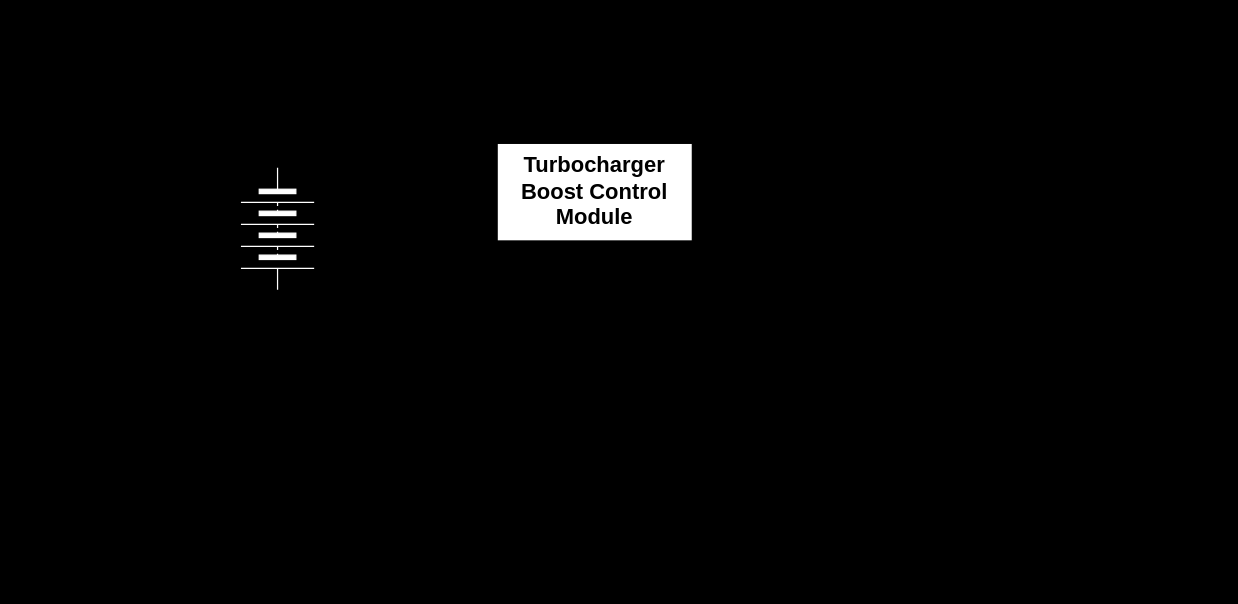
The draw.io diagram TBCM-Circuit.drawio in IanLulu/ECUDeepDiveProject, before the edit. Source tidied: cells renumbered, new cells numbered last; positions are measured from the earlier drawing's top-left corner, leaving out a move shared by most shapes. Both pictures are drawn from the tidied source at 122%, with x=0, y=0 at pixel (240, 143).
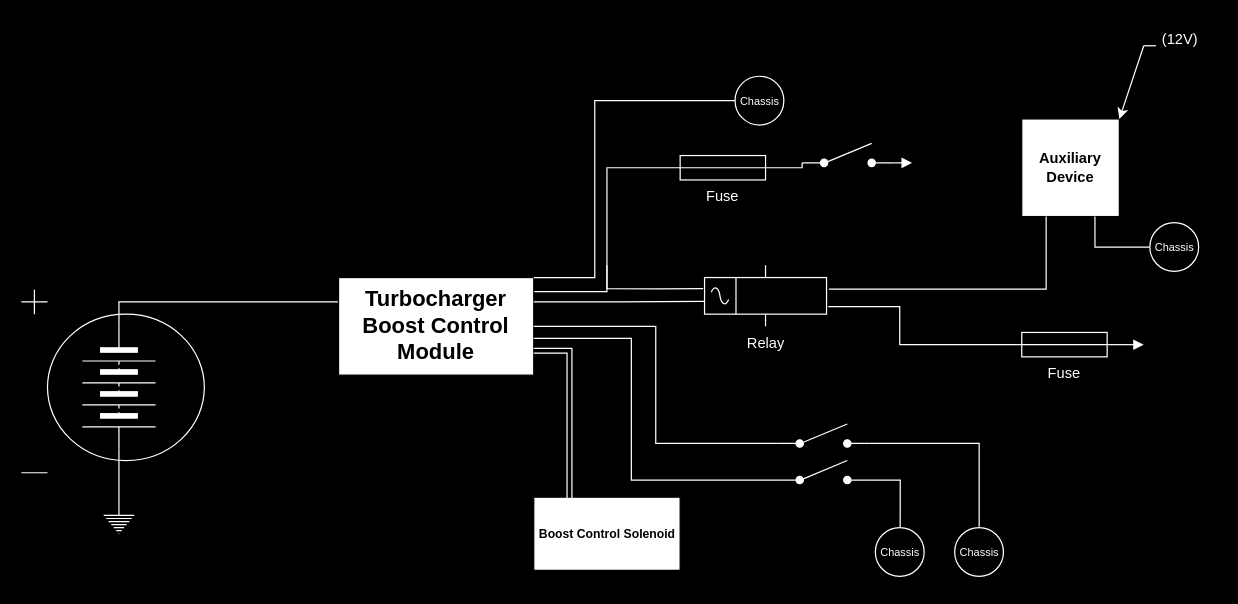
Above is the later version.

Commit message:
Update TBCM-Circuit.drawio. FInished circuit (not sure if it's right tho...)

Change to the diagram source:
```diff
@@
+    <mxCell id="4" style="verticalLabelPosition=bottom;shadow=0;dashed=0;align=center;html=1;verticalAlign=top;shape=mxgraph.electrical.signal_sources.dc_source_1;strokeColor=#FFFFFF;fillColor=#000000;" parent="1" vertex="1">
+      <mxGeometry x="-180" y="120" width="150" height="150" as="geometry" />
+    </mxCell>
+    <mxCell id="5" style="edgeStyle=orthogonalEdgeStyle;rounded=0;jettySize=auto;html=1;exitX=0;exitY=0.5;exitDx=0;exitDy=0;entryX=0;entryY=0.25;entryDx=0;entryDy=0;strokeColor=#FFFFFF;endArrow=none;endFill=0;" parent="1" edge="1" source="2" target="3">
+      <mxGeometry relative="1" as="geometry" />
+    </mxCell>
     <mxCell id="2" style="verticalLabelPosition=bottom;shadow=0;dashed=0;align=center;html=1;verticalAlign=top;shape=mxgraph.electrical.miscellaneous.batteryStack;direction=south;fillColor=#FFFFFF;strokeColor=#FFFFFF;" parent="1" vertex="1">
-      <mxGeometry y="20" width="60" height="100" as="geometry" />
+      <mxGeometry x="-130" y="150" width="60" height="100" as="geometry" />
     </mxCell>
     <mxCell id="3" value="&lt;b&gt;&lt;font style=&quot;font-size: 18px;&quot;&gt;Turbocharger Boost Control Module&lt;/font&gt;&lt;/b&gt;" style="rounded=0;whiteSpace=wrap;html=1;" parent="1" vertex="1">
-      <mxGeometry x="210" width="160" height="80" as="geometry" />
+      <mxGeometry x="80" y="110" width="160" height="80" as="geometry" />
     </mxCell>
+    <mxCell id="6" style="verticalLabelPosition=bottom;shadow=0;dashed=0;align=center;html=1;verticalAlign=top;shape=mxgraph.electrical.signal_sources.protective_earth;strokeColor=#FFFFFF;" parent="1" vertex="1">
+      <mxGeometry x="-112.5" y="300" width="25" height="20" as="geometry" />
+    </mxCell>
+    <mxCell id="7" style="edgeStyle=orthogonalEdgeStyle;rounded=0;jettySize=auto;html=1;exitX=1;exitY=0.5;exitDx=0;exitDy=0;entryX=0.5;entryY=0;entryDx=0;entryDy=0;entryPerimeter=0;strokeColor=#FFFFFF;endArrow=none;endFill=0;" parent="1" edge="1" source="2" target="6">
+      <mxGeometry relative="1" as="geometry" />
+    </mxCell>
+    <mxCell id="8" value="&lt;b&gt;&lt;font style=&quot;font-size: 10px;&quot;&gt;Boost Control Solenoid&lt;/font&gt;&lt;/b&gt;" style="verticalLabelPosition=middle;verticalAlign=middle;html=1;shape=mxgraph.basic.rect;fillColor2=none;strokeWidth=1;size=20;indent=5;labelPosition=center;align=center;" parent="1" vertex="1">
+      <mxGeometry x="240" y="290" width="120" height="60" as="geometry" />
+    </mxCell>
+    <mxCell id="9" style="edgeStyle=orthogonalEdgeStyle;rounded=0;jettySize=auto;html=1;exitX=1;exitY=0.75;exitDx=0;exitDy=0;entryX=0.244;entryY=0.046;entryDx=0;entryDy=0;entryPerimeter=0;strokeColor=#FFFFFF;endArrow=none;endFill=0;shape=link;" parent="1" edge="1" source="3" target="8">
+      <mxGeometry relative="1" as="geometry" />
+    </mxCell>
+    <mxCell id="10" style="edgeStyle=orthogonalEdgeStyle;rounded=0;jettySize=auto;html=1;exitX=0;exitY=0.8;exitDx=0;exitDy=0;entryX=1;entryY=0.5;entryDx=0;entryDy=0;fontColor=#FFFFFF;strokeColor=#FFFFFF;endArrow=none;endFill=0;" parent="1" edge="1" source="11" target="3">
+      <mxGeometry relative="1" as="geometry" />
+    </mxCell>
+    <mxCell id="11" style="html=1;shape=mxgraph.electrical.electro-mechanical.singleSwitch;elSwitchState=off;strokeColor=#FFFFFF;" parent="1" vertex="1">
+      <mxGeometry x="440" y="230" width="75" height="20" as="geometry" />
+    </mxCell>
+    <mxCell id="12" style="edgeStyle=orthogonalEdgeStyle;rounded=0;jettySize=auto;html=1;exitX=0;exitY=0.8;exitDx=0;exitDy=0;entryX=1;entryY=0.623;entryDx=0;entryDy=0;entryPerimeter=0;strokeColor=#FFFFFF;endArrow=none;endFill=0;" parent="1" edge="1" source="13" target="3">
+      <mxGeometry relative="1" as="geometry">
+        <Array as="points">
+          <mxPoint x="320" y="276" />
+          <mxPoint x="320" y="160" />
+        </Array>
+      </mxGeometry>
+    </mxCell>
+    <mxCell id="13" style="html=1;shape=mxgraph.electrical.electro-mechanical.singleSwitch;elSwitchState=off;strokeColor=#FFFFFF;" parent="1" vertex="1">
+      <mxGeometry x="440" y="260" width="75" height="20" as="geometry" />
+    </mxCell>
+    <mxCell id="14" value="&lt;font style=&quot;font-size: 9px;&quot;&gt;Chassis&lt;/font&gt;" style="verticalLabelPosition=middle;shadow=0;dashed=0;align=center;html=1;verticalAlign=middle;shape=mxgraph.electrical.logic_gates.inverting_contact;strokeColor=#FFFFFF;fillColor=#000000;labelPosition=center;fontColor=#FFFFFF;" parent="1" vertex="1">
+      <mxGeometry x="515" y="310" width="50" height="50" as="geometry" />
+    </mxCell>
+    <mxCell id="15" value="&lt;font style=&quot;font-size: 9px;&quot;&gt;Chassis&lt;/font&gt;" style="verticalLabelPosition=middle;shadow=0;dashed=0;align=center;html=1;verticalAlign=middle;shape=mxgraph.electrical.logic_gates.inverting_contact;strokeColor=#FFFFFF;fillColor=#000000;labelPosition=center;fontColor=#FFFFFF;" parent="1" vertex="1">
+      <mxGeometry x="580" y="310" width="50" height="50" as="geometry" />
+    </mxCell>
+    <mxCell id="16" style="edgeStyle=orthogonalEdgeStyle;rounded=0;jettySize=auto;html=1;exitX=1;exitY=0.8;exitDx=0;exitDy=0;entryX=0.507;entryY=0.095;entryDx=0;entryDy=0;entryPerimeter=0;strokeColor=#FFFFFF;endArrow=none;endFill=0;" parent="1" edge="1" source="13" target="14">
+      <mxGeometry relative="1" as="geometry" />
+    </mxCell>
+    <mxCell id="17" style="edgeStyle=orthogonalEdgeStyle;rounded=0;jettySize=auto;html=1;exitX=1;exitY=0.8;exitDx=0;exitDy=0;entryX=0.502;entryY=0.086;entryDx=0;entryDy=0;entryPerimeter=0;strokeColor=#FFFFFF;endArrow=none;endFill=0;" parent="1" edge="1" source="11" target="15">
+      <mxGeometry relative="1" as="geometry" />
+    </mxCell>
+    <mxCell id="18" style="edgeStyle=orthogonalEdgeStyle;rounded=0;jettySize=auto;html=1;exitX=-0.012;exitY=0.383;exitDx=0;exitDy=0;exitPerimeter=0;strokeColor=#FFFFFF;endArrow=none;endFill=0;" parent="1" edge="1" source="19">
+      <mxGeometry relative="1" as="geometry">
+        <mxPoint x="300" y="99.9" as="targetPoint" />
+        <Array as="points">
+          <mxPoint x="340" y="119" />
+          <mxPoint x="300" y="119" />
+        </Array>
+      </mxGeometry>
+    </mxCell>
+    <mxCell id="19" value="&lt;font color=&quot;#ffffff&quot;&gt;Relay&lt;/font&gt;" style="verticalLabelPosition=bottom;shadow=0;dashed=0;align=center;html=1;verticalAlign=top;shape=mxgraph.electrical.electro-mechanical.relay;strokeColor=#FFFFFF;fillColor=#000000;" parent="1" vertex="1">
+      <mxGeometry x="380" y="100" width="100" height="50" as="geometry" />
+    </mxCell>
+    <mxCell id="20" style="edgeStyle=orthogonalEdgeStyle;rounded=0;jettySize=auto;html=1;exitX=1;exitY=0.25;exitDx=0;exitDy=0;entryX=-0.004;entryY=0.59;entryDx=0;entryDy=0;entryPerimeter=0;strokeColor=#FFFFFF;endArrow=none;endFill=0;" parent="1" edge="1" source="3" target="19">
+      <mxGeometry relative="1" as="geometry" />
+    </mxCell>
+    <mxCell id="21" style="edgeStyle=orthogonalEdgeStyle;rounded=0;jettySize=auto;html=1;exitX=0.1;exitY=0.5;exitDx=0;exitDy=0;exitPerimeter=0;entryX=1;entryY=0;entryDx=0;entryDy=0;strokeColor=#FFFFFF;endArrow=none;endFill=0;" parent="1" edge="1" source="22" target="3">
+      <mxGeometry relative="1" as="geometry">
+        <Array as="points">
+          <mxPoint x="290" y="-35" />
+          <mxPoint x="290" y="110" />
+        </Array>
+      </mxGeometry>
+    </mxCell>
+    <mxCell id="22" value="&lt;font style=&quot;font-size: 9px;&quot;&gt;Chassis&lt;/font&gt;" style="verticalLabelPosition=middle;shadow=0;dashed=0;align=center;html=1;verticalAlign=middle;shape=mxgraph.electrical.logic_gates.inverting_contact;strokeColor=#FFFFFF;fillColor=#000000;labelPosition=center;fontColor=#FFFFFF;" parent="1" vertex="1">
+      <mxGeometry x="400" y="-60" width="50" height="50" as="geometry" />
+    </mxCell>
+    <mxCell id="23" style="edgeStyle=orthogonalEdgeStyle;rounded=0;jettySize=auto;html=1;exitX=1;exitY=0.5;exitDx=0;exitDy=0;entryX=0;entryY=0.8;entryDx=0;entryDy=0;endArrow=none;endFill=0;strokeColor=#FFFFFF;" parent="1" edge="1" source="24" target="29">
+      <mxGeometry relative="1" as="geometry" />
+    </mxCell>
+    <mxCell id="24" value="&lt;div&gt;Fuse&lt;/div&gt;" style="rounded=0;whiteSpace=wrap;html=1;strokeColor=#FFFFFF;fillColor=#000000;labelPosition=center;verticalLabelPosition=bottom;align=center;verticalAlign=top;fontColor=#FFFFFF;" parent="1" vertex="1">
+      <mxGeometry x="360" y="10" width="70" height="20" as="geometry" />
+    </mxCell>
+    <mxCell id="25" value="&lt;b&gt;Auxiliary Device&lt;br&gt;&lt;/b&gt;" style="whiteSpace=wrap;html=1;" parent="1" vertex="1">
+      <mxGeometry x="640" y="-20" width="80" height="80" as="geometry" />
+    </mxCell>
+    <mxCell id="26" style="edgeStyle=orthogonalEdgeStyle;rounded=0;jettySize=auto;html=1;exitX=0;exitY=0.5;exitDx=0;exitDy=0;entryX=1.003;entryY=0.144;entryDx=0;entryDy=0;entryPerimeter=0;strokeColor=#FFFFFF;endArrow=none;endFill=0;" parent="1" edge="1" source="24" target="3">
+      <mxGeometry relative="1" as="geometry">
+        <Array as="points">
+          <mxPoint x="300" y="20" />
+          <mxPoint x="300" y="122" />
+        </Array>
+      </mxGeometry>
+    </mxCell>
+    <mxCell id="27" style="edgeStyle=orthogonalEdgeStyle;rounded=0;orthogonalLoop=1;jettySize=auto;html=1;exitX=0;exitY=0.5;exitDx=0;exitDy=0;entryX=1;entryY=0.5;entryDx=0;entryDy=0;strokeColor=#FFFFFF;endArrow=none;endFill=0;" parent="1" edge="1" source="24" target="24">
+      <mxGeometry relative="1" as="geometry">
+        <Array as="points">
+          <mxPoint x="395" y="20" />
+          <mxPoint x="395" y="20" />
+        </Array>
+      </mxGeometry>
+    </mxCell>
+    <mxCell id="28" style="edgeStyle=orthogonalEdgeStyle;rounded=0;jettySize=auto;html=1;exitX=1;exitY=0.8;exitDx=0;exitDy=0;strokeColor=#FFFFFF;endArrow=block;endFill=1;" parent="1" edge="1" source="29">
+      <mxGeometry relative="1" as="geometry">
+        <mxPoint x="550" y="16.1" as="targetPoint" />
+      </mxGeometry>
+    </mxCell>
+    <mxCell id="29" style="html=1;shape=mxgraph.electrical.electro-mechanical.singleSwitch;elSwitchState=off;strokeColor=#FFFFFF;" parent="1" vertex="1">
+      <mxGeometry x="460" width="75" height="20" as="geometry" />
+    </mxCell>
+    <mxCell id="30" style="edgeStyle=orthogonalEdgeStyle;rounded=0;jettySize=auto;html=1;exitX=0.25;exitY=1;exitDx=0;exitDy=0;entryX=1.019;entryY=0.389;entryDx=0;entryDy=0;entryPerimeter=0;strokeColor=#FFFFFF;endArrow=none;endFill=0;" parent="1" edge="1" source="25" target="19">
+      <mxGeometry relative="1" as="geometry">
+        <Array as="points">
+          <mxPoint x="660" y="120" />
+          <mxPoint x="482" y="120" />
+        </Array>
+      </mxGeometry>
+    </mxCell>
+    <mxCell id="31" style="edgeStyle=orthogonalEdgeStyle;rounded=0;jettySize=auto;html=1;exitX=1;exitY=0.5;exitDx=0;exitDy=0;strokeColor=#FFFFFF;endArrow=block;endFill=1;" parent="1" edge="1" source="32">
+      <mxGeometry relative="1" as="geometry">
+        <mxPoint x="740" y="165" as="targetPoint" />
+      </mxGeometry>
+    </mxCell>
+    <mxCell id="32" value="&lt;div&gt;Fuse&lt;/div&gt;" style="rounded=0;whiteSpace=wrap;html=1;strokeColor=#FFFFFF;fillColor=#000000;labelPosition=center;verticalLabelPosition=bottom;align=center;verticalAlign=top;fontColor=#FFFFFF;" parent="1" vertex="1">
+      <mxGeometry x="640" y="155" width="70" height="20" as="geometry" />
+    </mxCell>
+    <mxCell id="33" style="edgeStyle=orthogonalEdgeStyle;rounded=0;jettySize=auto;html=1;exitX=0;exitY=0.5;exitDx=0;exitDy=0;entryX=1.014;entryY=0.676;entryDx=0;entryDy=0;entryPerimeter=0;strokeColor=#FFFFFF;endArrow=none;endFill=0;" parent="1" edge="1" source="32" target="19">
+      <mxGeometry relative="1" as="geometry">
+        <Array as="points">
+          <mxPoint x="540" y="165" />
+          <mxPoint x="540" y="134" />
+          <mxPoint x="481" y="134" />
+        </Array>
+      </mxGeometry>
+    </mxCell>
+    <mxCell id="34" style="edgeStyle=orthogonalEdgeStyle;rounded=0;orthogonalLoop=1;jettySize=auto;html=1;exitX=0;exitY=0.5;exitDx=0;exitDy=0;entryX=1;entryY=0.5;entryDx=0;entryDy=0;strokeColor=#FFFFFF;endArrow=none;endFill=0;" parent="1" edge="1" source="32" target="32">
+      <mxGeometry relative="1" as="geometry">
+        <Array as="points">
+          <mxPoint x="670" y="165" />
+          <mxPoint x="670" y="165" />
+        </Array>
+      </mxGeometry>
+    </mxCell>
+    <mxCell id="35" style="endArrow=classic;html=1;rounded=0;strokeColor=#FFFFFF;entryX=1;entryY=0;entryDx=0;entryDy=0;" parent="1" edge="1" target="25">
+      <mxGeometry relative="1" as="geometry">
+        <mxPoint x="740" y="-80" as="sourcePoint" />
+      </mxGeometry>
+    </mxCell>
+    <mxCell id="36" style="endArrow=none;html=1;rounded=0;strokeColor=#FFFFFF;" parent="1" edge="1">
+      <mxGeometry relative="1" as="geometry">
+        <mxPoint x="740" y="-80" as="sourcePoint" />
+        <mxPoint x="750" y="-80" as="targetPoint" />
+      </mxGeometry>
+    </mxCell>
+    <mxCell id="37" value="&lt;font color=&quot;#ffffff&quot;&gt;(12V)&lt;/font&gt;" style="text;strokeColor=none;align=center;fillColor=none;html=1;verticalAlign=middle;whiteSpace=wrap;rounded=0;" parent="1" vertex="1">
+      <mxGeometry x="740" y="-100" width="60" height="30" as="geometry" />
+    </mxCell>
+    <mxCell id="38" value="&lt;font style=&quot;font-size: 9px;&quot;&gt;Chassis&lt;/font&gt;" style="verticalLabelPosition=middle;shadow=0;dashed=0;align=center;html=1;verticalAlign=middle;shape=mxgraph.electrical.logic_gates.inverting_contact;strokeColor=#FFFFFF;fillColor=#000000;labelPosition=center;fontColor=#FFFFFF;" parent="1" vertex="1">
+      <mxGeometry x="740" y="60" width="50" height="50" as="geometry" />
+    </mxCell>
+    <mxCell id="39" style="edgeStyle=orthogonalEdgeStyle;rounded=0;jettySize=auto;html=1;exitX=0.75;exitY=1;exitDx=0;exitDy=0;entryX=0.1;entryY=0.5;entryDx=0;entryDy=0;entryPerimeter=0;endArrow=none;endFill=0;strokeColor=#FFFFFF;" parent="1" edge="1" source="25" target="38">
+      <mxGeometry relative="1" as="geometry" />
+    </mxCell>
```
